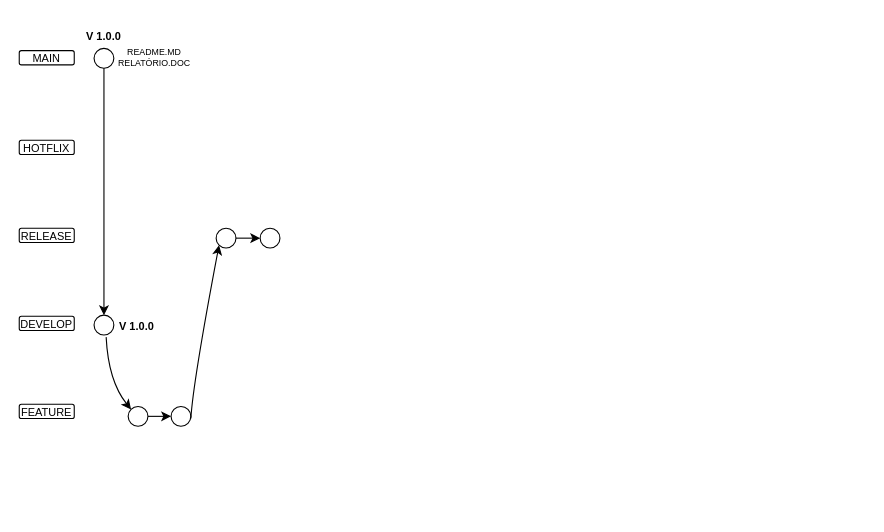
This is Fluxo de trabalho.drawio from NandoBalzaneli/Projeto-Integrador-01, a draw.io file, before an edit. Source tidied: cells renumbered, new cells numbered last; positions are measured from the earlier drawing's top-left corner, leaving out a move shared by most shapes. Both pictures are drawn from the tidied source at 110%, with x=0, y=0 at pixel (19, 19).
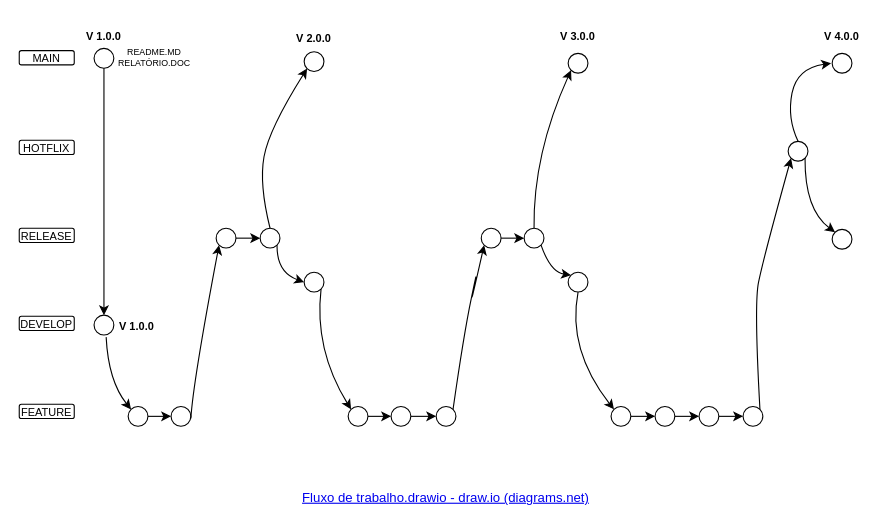
The same diagram, later.

Unchanged cells that the change refers to:
```xml
<mxCell id="22" style="ellipse;whiteSpace=wrap;html=1;fontSize=10;strokeWidth=1;spacing=2;" parent="1" vertex="1">
  <mxGeometry x="219" y="190" width="18" height="18" as="geometry" />
</mxCell>
```

The edit, as a diff of the source:
```diff
@@
+    <mxCell id="23" style="ellipse;whiteSpace=wrap;html=1;fontSize=10;strokeWidth=1;spacing=2;" parent="1" vertex="1">
+      <mxGeometry x="259" y="29.5" width="18" height="18" as="geometry" />
+    </mxCell>
+    <mxCell id="24" style="curved=1;endArrow=classic;html=1;rounded=0;entryX=0;entryY=1;entryDx=0;entryDy=0;exitX=0.5;exitY=0;exitDx=0;exitDy=0;" parent="1" edge="1" source="22" target="23">
+      <mxGeometry relative="1" as="geometry">
+        <Array as="points">
+          <mxPoint x="218" y="150" />
+          <mxPoint x="227" y="100" />
+        </Array>
+      </mxGeometry>
+    </mxCell>
+    <mxCell id="25" value="V 2.0.0" style="text;html=1;align=center;verticalAlign=middle;whiteSpace=wrap;rounded=0;fontSize=10;fontStyle=1;strokeWidth=1;spacing=2;" parent="1" vertex="1">
+      <mxGeometry x="247" y="9" width="42" height="16.5" as="geometry" />
+    </mxCell>
+    <mxCell id="26" style="curved=1;endArrow=classic;html=1;rounded=0;exitX=1;exitY=1;exitDx=0;exitDy=0;entryX=0;entryY=0.5;entryDx=0;entryDy=0;" parent="1" edge="1" source="22" target="27">
+      <mxGeometry relative="1" as="geometry">
+        <Array as="points">
+          <mxPoint x="234" y="230" />
+        </Array>
+      </mxGeometry>
+    </mxCell>
+    <mxCell id="27" style="ellipse;whiteSpace=wrap;html=1;fontSize=10;strokeWidth=1;spacing=2;" parent="1" vertex="1">
+      <mxGeometry x="259" y="230" width="18" height="18" as="geometry" />
+    </mxCell>
+    <mxCell id="28" style="edgeStyle=orthogonalEdgeStyle;rounded=0;jettySize=auto;html=1;exitX=1;exitY=0.5;exitDx=0;exitDy=0;entryX=0;entryY=0.5;entryDx=0;entryDy=0;" parent="1" edge="1" source="29" target="32">
+      <mxGeometry relative="1" as="geometry" />
+    </mxCell>
+    <mxCell id="29" style="ellipse;whiteSpace=wrap;html=1;fontSize=10;strokeWidth=1;spacing=2;" parent="1" vertex="1">
+      <mxGeometry x="299" y="352" width="18" height="18" as="geometry" />
+    </mxCell>
+    <mxCell id="30" style="curved=1;endArrow=classic;html=1;rounded=0;exitX=1;exitY=1;exitDx=0;exitDy=0;entryX=0;entryY=0;entryDx=0;entryDy=0;" parent="1" edge="1" source="27" target="29">
+      <mxGeometry relative="1" as="geometry">
+        <Array as="points">
+          <mxPoint x="268" y="300" />
+        </Array>
+      </mxGeometry>
+    </mxCell>
+    <mxCell id="31" style="edgeStyle=orthogonalEdgeStyle;rounded=0;jettySize=auto;html=1;exitX=1;exitY=0.5;exitDx=0;exitDy=0;entryX=0;entryY=0.5;entryDx=0;entryDy=0;" parent="1" edge="1" source="32" target="33">
+      <mxGeometry relative="1" as="geometry" />
+    </mxCell>
+    <mxCell id="32" style="ellipse;whiteSpace=wrap;html=1;fontSize=10;strokeWidth=1;spacing=2;" parent="1" vertex="1">
+      <mxGeometry x="338" y="352" width="18" height="18" as="geometry" />
+    </mxCell>
+    <mxCell id="33" style="ellipse;whiteSpace=wrap;html=1;fontSize=10;strokeWidth=1;spacing=2;" parent="1" vertex="1">
+      <mxGeometry x="379" y="352" width="18" height="18" as="geometry" />
+    </mxCell>
+    <mxCell id="34" style="edgeStyle=orthogonalEdgeStyle;rounded=0;jettySize=auto;html=1;exitX=1;exitY=0.5;exitDx=0;exitDy=0;entryX=0;entryY=0.5;entryDx=0;entryDy=0;" parent="1" edge="1" source="35" target="37">
+      <mxGeometry relative="1" as="geometry" />
+    </mxCell>
+    <mxCell id="35" style="ellipse;whiteSpace=wrap;html=1;fontSize=10;strokeWidth=1;spacing=2;" parent="1" vertex="1">
+      <mxGeometry x="420" y="190" width="18" height="18" as="geometry" />
+    </mxCell>
+    <mxCell id="36" style="curved=1;endArrow=classic;html=1;rounded=0;exitX=1;exitY=0;exitDx=0;exitDy=0;entryX=0;entryY=1;entryDx=0;entryDy=0;" parent="1" edge="1" source="33" target="35">
+      <mxGeometry relative="1" as="geometry">
+        <Array as="points">
+          <mxPoint x="404" y="287" />
+          <mxPoint x="418" y="220" />
+          <mxPoint x="408" y="270" />
+        </Array>
+      </mxGeometry>
+    </mxCell>
+    <mxCell id="37" style="ellipse;whiteSpace=wrap;html=1;fontSize=10;strokeWidth=1;spacing=2;" parent="1" vertex="1">
+      <mxGeometry x="459" y="190" width="18" height="18" as="geometry" />
+    </mxCell>
+    <mxCell id="38" style="ellipse;whiteSpace=wrap;html=1;fontSize=10;strokeWidth=1;spacing=2;" parent="1" vertex="1">
+      <mxGeometry x="499" y="31" width="18" height="18" as="geometry" />
+    </mxCell>
+    <mxCell id="39" style="curved=1;endArrow=classic;html=1;rounded=0;exitX=0.5;exitY=0;exitDx=0;exitDy=0;entryX=0;entryY=1;entryDx=0;entryDy=0;" parent="1" edge="1" source="37" target="38">
+      <mxGeometry relative="1" as="geometry">
+        <Array as="points">
+          <mxPoint x="467" y="123" />
+        </Array>
+      </mxGeometry>
+    </mxCell>
+    <mxCell id="40" style="ellipse;whiteSpace=wrap;html=1;fontSize=10;strokeWidth=1;spacing=2;" parent="1" vertex="1">
+      <mxGeometry x="499" y="230" width="18" height="18" as="geometry" />
+    </mxCell>
+    <mxCell id="41" style="curved=1;endArrow=classic;html=1;rounded=0;exitX=1;exitY=1;exitDx=0;exitDy=0;entryX=0;entryY=0;entryDx=0;entryDy=0;" parent="1" edge="1" source="37" target="40">
+      <mxGeometry relative="1" as="geometry">
+        <Array as="points">
+          <mxPoint x="483" y="230" />
+        </Array>
+      </mxGeometry>
+    </mxCell>
+    <mxCell id="42" style="edgeStyle=orthogonalEdgeStyle;rounded=0;jettySize=auto;html=1;exitX=1;exitY=0.5;exitDx=0;exitDy=0;entryX=0;entryY=0.5;entryDx=0;entryDy=0;" parent="1" edge="1" source="43" target="45">
+      <mxGeometry relative="1" as="geometry" />
+    </mxCell>
+    <mxCell id="43" style="ellipse;whiteSpace=wrap;html=1;fontSize=10;strokeWidth=1;spacing=2;" parent="1" vertex="1">
+      <mxGeometry x="538" y="352" width="18" height="18" as="geometry" />
+    </mxCell>
+    <mxCell id="44" style="edgeStyle=orthogonalEdgeStyle;rounded=0;jettySize=auto;html=1;exitX=1;exitY=0.5;exitDx=0;exitDy=0;entryX=0;entryY=0.5;entryDx=0;entryDy=0;" parent="1" edge="1" source="45" target="47">
+      <mxGeometry relative="1" as="geometry" />
+    </mxCell>
+    <mxCell id="45" style="ellipse;whiteSpace=wrap;html=1;fontSize=10;strokeWidth=1;spacing=2;" parent="1" vertex="1">
+      <mxGeometry x="578" y="352" width="18" height="18" as="geometry" />
+    </mxCell>
+    <mxCell id="46" style="edgeStyle=orthogonalEdgeStyle;rounded=0;jettySize=auto;html=1;exitX=1;exitY=0.5;exitDx=0;exitDy=0;entryX=0;entryY=0.5;entryDx=0;entryDy=0;" parent="1" edge="1" source="47" target="48">
+      <mxGeometry relative="1" as="geometry" />
+    </mxCell>
+    <mxCell id="47" style="ellipse;whiteSpace=wrap;html=1;fontSize=10;strokeWidth=1;spacing=2;" parent="1" vertex="1">
+      <mxGeometry x="618" y="352" width="18" height="18" as="geometry" />
+    </mxCell>
+    <mxCell id="48" style="ellipse;whiteSpace=wrap;html=1;fontSize=10;strokeWidth=1;spacing=2;" parent="1" vertex="1">
+      <mxGeometry x="658" y="352" width="18" height="18" as="geometry" />
+    </mxCell>
+    <mxCell id="49" style="curved=1;endArrow=classic;html=1;rounded=0;exitX=0.5;exitY=1;exitDx=0;exitDy=0;entryX=0;entryY=0;entryDx=0;entryDy=0;" parent="1" edge="1" source="40" target="43">
+      <mxGeometry relative="1" as="geometry">
+        <Array as="points">
+          <mxPoint x="498" y="300" />
+        </Array>
+      </mxGeometry>
+    </mxCell>
+    <mxCell id="50" style="ellipse;whiteSpace=wrap;html=1;fontSize=10;strokeWidth=1;spacing=2;" parent="1" vertex="1">
+      <mxGeometry x="699" y="111" width="18" height="18" as="geometry" />
+    </mxCell>
+    <mxCell id="51" style="curved=1;endArrow=classic;html=1;rounded=0;exitX=1;exitY=0;exitDx=0;exitDy=0;entryX=0;entryY=1;entryDx=0;entryDy=0;" parent="1" edge="1" source="48" target="50">
+      <mxGeometry relative="1" as="geometry">
+        <Array as="points">
+          <mxPoint x="668" y="260" />
+          <mxPoint x="676" y="219" />
+        </Array>
+      </mxGeometry>
+    </mxCell>
+    <mxCell id="52" style="ellipse;whiteSpace=wrap;html=1;fontSize=10;strokeWidth=1;spacing=2;" parent="1" vertex="1">
+      <mxGeometry x="739" y="191" width="18" height="18" as="geometry" />
+    </mxCell>
+    <mxCell id="53" style="curved=1;endArrow=classic;html=1;rounded=0;exitX=1;exitY=1;exitDx=0;exitDy=0;entryX=0;entryY=0;entryDx=0;entryDy=0;" parent="1" edge="1" source="50" target="52">
+      <mxGeometry relative="1" as="geometry">
+        <Array as="points">
+          <mxPoint x="714" y="173" />
+        </Array>
+      </mxGeometry>
+    </mxCell>
+    <mxCell id="54" value="V 3.0.0" style="text;html=1;align=center;verticalAlign=middle;whiteSpace=wrap;rounded=0;fontSize=10;fontStyle=1;strokeWidth=1;spacing=2;" parent="1" vertex="1">
+      <mxGeometry x="487" y="6.8" width="42" height="16.5" as="geometry" />
+    </mxCell>
+    <mxCell id="55" style="curved=1;endArrow=classic;html=1;rounded=0;exitX=0.5;exitY=0;exitDx=0;exitDy=0;" parent="1" edge="1" source="50">
+      <mxGeometry relative="1" as="geometry">
+        <mxPoint x="738" y="40" as="targetPoint" />
+        <Array as="points">
+          <mxPoint x="698" y="90" />
+          <mxPoint x="707" y="44.5" />
+        </Array>
+      </mxGeometry>
+    </mxCell>
+    <mxCell id="56" style="ellipse;whiteSpace=wrap;html=1;fontSize=10;strokeWidth=1;spacing=2;" parent="1" vertex="1">
+      <mxGeometry x="739" y="31" width="18" height="18" as="geometry" />
+    </mxCell>
+    <mxCell id="57" value="V 4.0.0" style="text;html=1;align=center;verticalAlign=middle;whiteSpace=wrap;rounded=0;fontSize=10;fontStyle=1;strokeWidth=1;spacing=2;" parent="1" vertex="1">
+      <mxGeometry x="727" y="6.8" width="42" height="16.5" as="geometry" />
+    </mxCell>
+    <mxCell id="58" value="&lt;a href=&quot;https://app.diagrams.net/?src=about#HNandoBalzaneli%2FProjeto-Integrador-01%2Fmain%2FFluxo%20de%20trabalho.drawio#%7B%22pageId%22%3A%22MX9Ap0yOPpx5GQ5yO05Y%22%7D&quot;&gt;Fluxo de trabalho.drawio - draw.io (diagrams.net)&lt;/a&gt;" style="text;html=1;align=center;verticalAlign=middle;whiteSpace=wrap;rounded=0;" parent="1" vertex="1">
+      <mxGeometry x="180" y="420" width="416" height="30" as="geometry" />
+    </mxCell>
```
